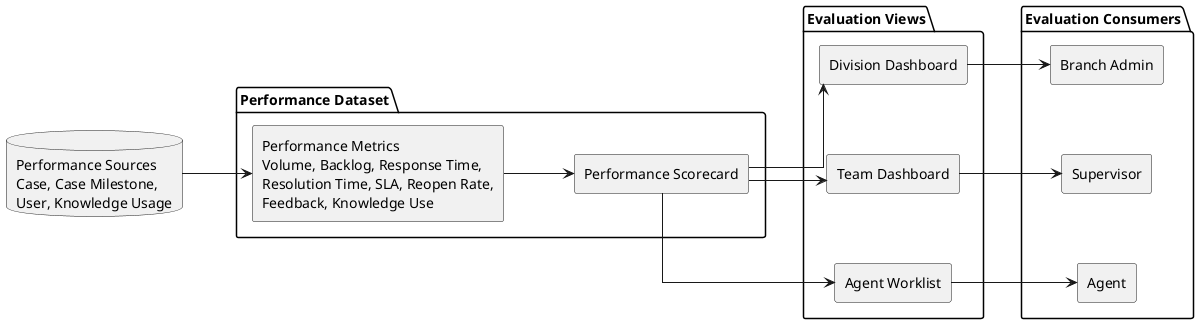
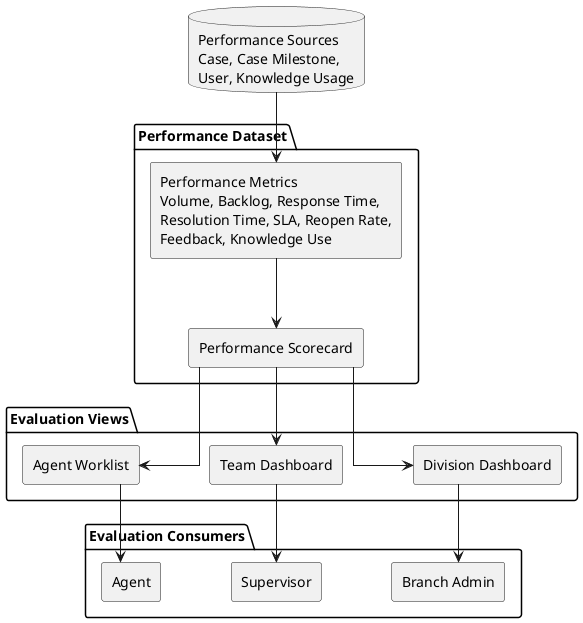
@startuml
- left to right direction
skinparam componentStyle rectangle
skinparam linetype ortho
skinparam nodesep 70
skinparam ranksep 70

database "Performance Sources\nCase, Case Milestone,\nUser, Knowledge Usage" as Sources

package "Performance Dataset" {
  [Performance Metrics\nVolume, Backlog, Response Time,\nResolution Time, SLA, Reopen Rate,\nFeedback, Knowledge Use] as Metrics
  [Performance Scorecard] as Scorecard
}

package "Evaluation Views" {
  [Division Dashboard] as DivisionDashboard
  [Team Dashboard] as TeamDashboard
  [Agent Worklist] as AgentWorklist
}

package "Evaluation Consumers" {
  [Branch Admin] as BranchAdmin
  [Supervisor] as Supervisor
  [Agent] as Agent
}

Sources --> Metrics
Metrics --> Scorecard

Scorecard --> DivisionDashboard
Scorecard --> TeamDashboard
Scorecard --> AgentWorklist

DivisionDashboard --> BranchAdmin
TeamDashboard --> Supervisor
AgentWorklist --> Agent

@enduml
